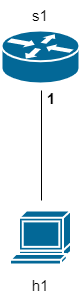
Earlier version of the draw.io export topo.png (co012/tip11). Source tidied: cells renumbered, new cells last; positions are measured from the earlier drawing's top-left corner, leaving out a move shared by most shapes.
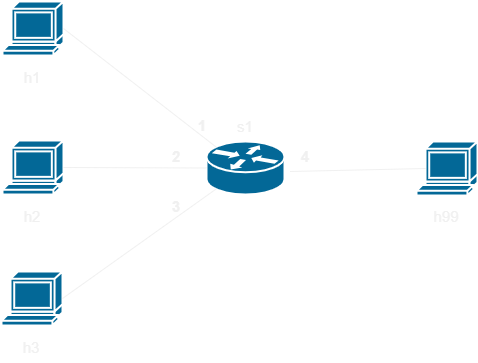
The same file after the commit.

Diff of the diagram source:
```diff
@@ -3,25 +3,58 @@
     <mxCell id="0" />
     <mxCell id="1" parent="0" />
     <mxCell id="2" style="shape=mxgraph.cisco.routers.router;sketch=0;html=1;dashed=0;fillColor=#036897;strokeColor=#ffffff;strokeWidth=2;verticalLabelPosition=bottom;verticalAlign=top;align=center;outlineConnect=0;" parent="1" vertex="1">
-      <mxGeometry y="30" width="78" height="53" as="geometry" />
+      <mxGeometry x="124" y="210" width="78" height="53" as="geometry" />
     </mxCell>
-    <mxCell id="3" style="shape=mxgraph.cisco.computers_and_peripherals.terminal;sketch=0;html=1;dashed=0;fillColor=#036897;strokeColor=#ffffff;strokeWidth=2;verticalLabelPosition=bottom;verticalAlign=top;align=center;" parent="1" vertex="1">
-      <mxGeometry x="8.5" y="210" width="61" height="54" as="geometry" />
-    </mxCell>
-    <mxCell id="4" style="endArrow=none;html=1;rounded=0;" parent="1" edge="1">
-      <mxGeometry relative="1" as="geometry">
-        <mxPoint x="40" y="200" as="sourcePoint" />
-        <mxPoint x="40" y="90" as="targetPoint" />
-      </mxGeometry>
-    </mxCell>
+    <mxCell id="6" value="s1" style="text;html=1;strokeColor=none;fillColor=none;align=center;verticalAlign=middle;whiteSpace=wrap;rounded=0;fontSize=15;" parent="1" vertex="1">
+      <mxGeometry x="132.5" y="180" width="60" height="30" as="geometry" />
+    </mxCell>
+    <mxCell id="8" style="shape=mxgraph.cisco.computers_and_peripherals.terminal;sketch=0;html=1;dashed=0;fillColor=#036897;strokeColor=#ffffff;strokeWidth=2;verticalLabelPosition=bottom;verticalAlign=top;align=center;outlineConnect=0;" parent="1" vertex="1">
+      <mxGeometry x="334" y="210" width="61" height="54" as="geometry" />
+    </mxCell>
+    <mxCell id="9" style="endArrow=none;html=1;rounded=0;exitX=0.15;exitY=0.5;exitDx=0;exitDy=0;exitPerimeter=0;entryX=0.25;entryY=1;entryDx=0;entryDy=0;" parent="1" edge="1" source="8" target="11">
+      <mxGeometry relative="1" as="geometry" />
+    </mxCell>
+    <mxCell id="10" value="h99" style="text;html=1;strokeColor=none;fillColor=none;align=center;verticalAlign=middle;whiteSpace=wrap;rounded=0;fontSize=15;" parent="1" vertex="1">
+      <mxGeometry x="334" y="270" width="60" height="30" as="geometry" />
+    </mxCell>
+    <mxCell id="11" value="&lt;b&gt;&lt;font style=&quot;font-size: 15px;&quot;&gt;4&lt;/font&gt;&lt;/b&gt;" style="text;html=1;strokeColor=none;fillColor=none;align=center;verticalAlign=middle;whiteSpace=wrap;rounded=0;" parent="1" vertex="1">
+      <mxGeometry x="192.5" y="210" width="60" height="30" as="geometry" />
+    </mxCell>
+    <mxCell id="12" style="shape=mxgraph.cisco.computers_and_peripherals.terminal;sketch=0;html=1;dashed=0;fillColor=#036897;strokeColor=#ffffff;strokeWidth=2;verticalLabelPosition=bottom;verticalAlign=top;align=center;outlineConnect=0;" parent="1" vertex="1">
+      <mxGeometry x="-80" y="209" width="61" height="54" as="geometry" />
+    </mxCell>
+    <mxCell id="13" value="h2" style="text;html=1;strokeColor=none;fillColor=none;align=center;verticalAlign=middle;whiteSpace=wrap;rounded=0;fontSize=15;" parent="1" vertex="1">
+      <mxGeometry x="-80" y="270" width="60" height="30" as="geometry" />
+    </mxCell>
+    <mxCell id="14" style="shape=mxgraph.cisco.computers_and_peripherals.terminal;sketch=0;html=1;dashed=0;fillColor=#036897;strokeColor=#ffffff;strokeWidth=2;verticalLabelPosition=bottom;verticalAlign=top;align=center;outlineConnect=0;" parent="1" vertex="1">
+      <mxGeometry x="-80" y="70" width="61" height="54" as="geometry" />
+    </mxCell>
+    <mxCell id="7" value="h1" style="text;html=1;strokeColor=none;fillColor=none;align=center;verticalAlign=middle;whiteSpace=wrap;rounded=0;fontSize=15;" parent="1" vertex="1">
+      <mxGeometry x="-80" y="131" width="60" height="30" as="geometry" />
+    </mxCell>
+    <mxCell id="15" style="shape=mxgraph.cisco.computers_and_peripherals.terminal;sketch=0;html=1;dashed=0;fillColor=#036897;strokeColor=#ffffff;strokeWidth=2;verticalLabelPosition=bottom;verticalAlign=top;align=center;outlineConnect=0;" parent="1" vertex="1">
+      <mxGeometry x="-81" y="340" width="61" height="54" as="geometry" />
+    </mxCell>
+    <mxCell id="16" value="h3" style="text;html=1;strokeColor=none;fillColor=none;align=center;verticalAlign=middle;whiteSpace=wrap;rounded=0;fontSize=15;" parent="1" vertex="1">
+      <mxGeometry x="-81" y="401" width="60" height="30" as="geometry" />
+    </mxCell>
+    <mxCell id="17" style="endArrow=none;html=1;rounded=0;exitX=0;exitY=0.5;exitDx=0;exitDy=0;exitPerimeter=0;entryX=1;entryY=0.5;entryDx=0;entryDy=0;entryPerimeter=0;" parent="1" edge="1" source="2" target="12">
+      <mxGeometry relative="1" as="geometry" />
+    </mxCell>
+    <mxCell id="18" style="endArrow=none;html=1;rounded=0;exitX=0.12;exitY=0.1;exitDx=0;exitDy=0;exitPerimeter=0;entryX=1;entryY=0.5;entryDx=0;entryDy=0;entryPerimeter=0;" parent="1" edge="1" source="2" target="14">
+      <mxGeometry relative="1" as="geometry" />
+    </mxCell>
+    <mxCell id="19" style="endArrow=none;html=1;rounded=0;exitX=0.12;exitY=0.9;exitDx=0;exitDy=0;exitPerimeter=0;entryX=1;entryY=0.5;entryDx=0;entryDy=0;entryPerimeter=0;" parent="1" edge="1" source="2" target="15">
+      <mxGeometry relative="1" as="geometry" />
+    </mxCell>
     <mxCell id="5" value="&lt;b&gt;&lt;font style=&quot;font-size: 15px;&quot;&gt;1&lt;/font&gt;&lt;/b&gt;" style="text;html=1;strokeColor=none;fillColor=none;align=center;verticalAlign=middle;whiteSpace=wrap;rounded=0;" parent="1" vertex="1">
-      <mxGeometry x="20" y="83" width="60" height="30" as="geometry" />
+      <mxGeometry x="90" y="179" width="60" height="30" as="geometry" />
     </mxCell>
-    <mxCell id="6" value="s1" style="text;html=1;strokeColor=none;fillColor=none;align=center;verticalAlign=middle;whiteSpace=wrap;rounded=0;fontSize=15;" parent="1" vertex="1">
-      <mxGeometry x="8.5" width="60" height="30" as="geometry" />
-    </mxCell>
-    <mxCell id="7" value="h1" style="text;html=1;strokeColor=none;fillColor=none;align=center;verticalAlign=middle;whiteSpace=wrap;rounded=0;fontSize=15;" parent="1" vertex="1">
-      <mxGeometry x="8.5" y="270" width="60" height="30" as="geometry" />
-    </mxCell>
+    <mxCell id="20" value="&lt;b&gt;&lt;font style=&quot;font-size: 15px;&quot;&gt;2&lt;/font&gt;&lt;/b&gt;" style="text;html=1;strokeColor=none;fillColor=none;align=center;verticalAlign=middle;whiteSpace=wrap;rounded=0;" parent="1" vertex="1">
+      <mxGeometry x="64" y="210" width="60" height="30" as="geometry" />
+    </mxCell>
+    <mxCell id="21" value="&lt;b&gt;&lt;font style=&quot;font-size: 15px;&quot;&gt;3&lt;/font&gt;&lt;/b&gt;" style="text;html=1;strokeColor=none;fillColor=none;align=center;verticalAlign=middle;whiteSpace=wrap;rounded=0;" parent="1" vertex="1">
+      <mxGeometry x="64" y="260" width="60" height="30" as="geometry" />
+    </mxCell>
   </root>
 </mxGraphModel>
```
